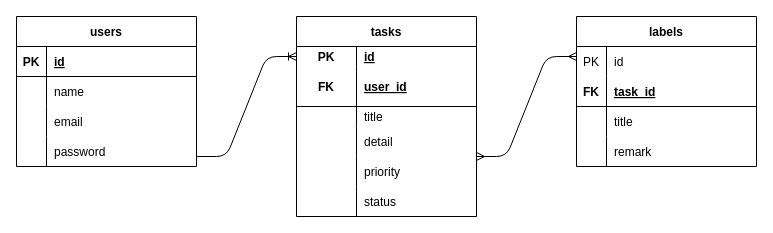
MinoriChikano/manyou_exam keeps this draw.io diagram as docs/er.dio. Above is the earlier version. Source tidied: cells renumbered, new cells numbered last; positions are measured from the earlier drawing's top-left corner, leaving out a move shared by most shapes. Both pictures are drawn from the tidied source at 100%, with x=0, y=0 at pixel (16, 16).
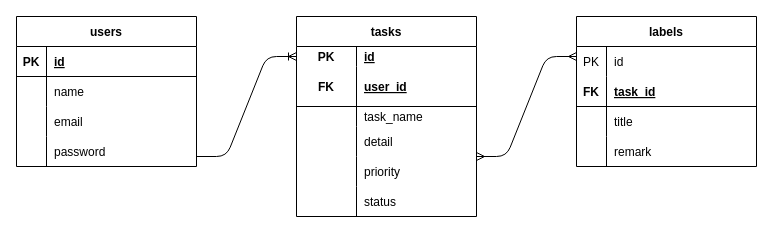
The same page after the edit.

Unchanged cells that the change refers to:
```xml
<mxCell id="22" style="shape=tableRow;horizontal=0;startSize=0;swimlaneHead=0;swimlaneBody=0;fillColor=none;top=0;left=0;right=0;bottom=0;rounded=0;" parent="15" vertex="1">
  <mxGeometry y="90" width="180" height="20" as="geometry" />
</mxCell>
```

Diff of the diagram source:
```diff
@@
-    <mxCell id="24" value="title" style="shape=partialRectangle;fillColor=none;top=0;left=0;bottom=0;right=0;align=left;spacingLeft=6;overflow=hidden;rounded=0;" parent="22" vertex="1">
+    <mxCell id="24" value="task_name" style="shape=partialRectangle;fillColor=none;top=0;left=0;bottom=0;right=0;align=left;spacingLeft=6;overflow=hidden;rounded=0;" parent="22" vertex="1">
       <mxGeometry x="60" width="120" height="20" as="geometry" />
     </mxCell>
```
